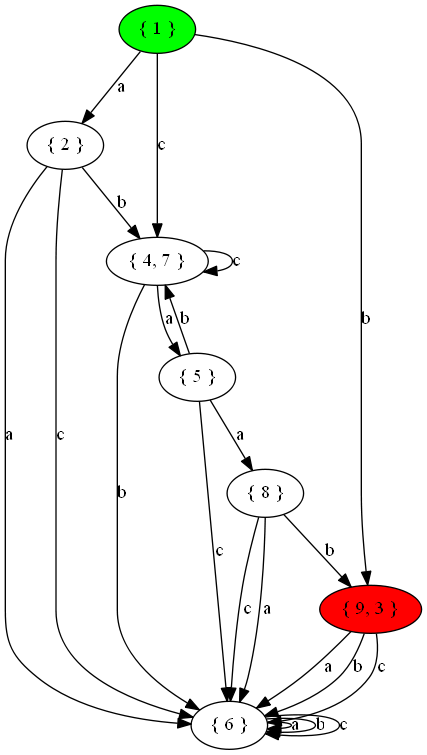
This is 00/Engine/gv/FST.gv.png from ored95/Compiler, a Graphviz export, as it was before one commit. Its source is kept beside it as 00/Engine/gv/FST.gv. Its diagram source:
```dot
digraph {
	7 [label="{ 2 }"]
	6 [label="{ 9, 3 }", style=filled, fillcolor=red]
	5 [label="{ 6 }"]
	4 [label="{ 4, 7 }"]
	3 [label="{ 8 }"]
	2 [label="{ 5 }"]
	1 [label="{ 1 }", style=filled, fillcolor=green]
	3 -> 5 [label="a"]
	5 -> 5 [label="a"]
	1 -> 7 [label="a"]
	4 -> 2 [label="a"]
	2 -> 3 [label="a"]
	6 -> 5 [label="a"]
	7 -> 5 [label="a"]
	3 -> 6 [label="b"]
	5 -> 5 [label="b"]
	1 -> 6 [label="b"]
	4 -> 5 [label="b"]
	2 -> 4 [label="b"]
	6 -> 5 [label="b"]
	7 -> 4 [label="b"]
	3 -> 5 [label="c"]
	5 -> 5 [label="c"]
	1 -> 4 [label="c"]
	4 -> 4 [label="c"]
	2 -> 5 [label="c"]
	6 -> 5 [label="c"]
	7 -> 5 [label="c"]
}
```
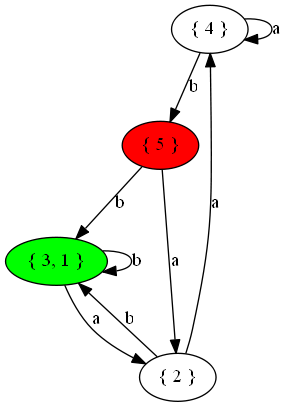
Above is the later version.

What changed in the source:
```diff
@@ -1,30 +1,14 @@
 digraph {
-	7 [label="{ 2 }"]
-	6 [label="{ 9, 3 }", style=filled, fillcolor=red]
-	5 [label="{ 6 }"]
-	4 [label="{ 4, 7 }"]
-	3 [label="{ 8 }"]
-	2 [label="{ 5 }"]
-	1 [label="{ 1 }", style=filled, fillcolor=green]
-	3 -> 5 [label="a"]
-	5 -> 5 [label="a"]
-	1 -> 7 [label="a"]
-	4 -> 2 [label="a"]
-	2 -> 3 [label="a"]
-	6 -> 5 [label="a"]
-	7 -> 5 [label="a"]
-	3 -> 6 [label="b"]
-	5 -> 5 [label="b"]
-	1 -> 6 [label="b"]
-	4 -> 5 [label="b"]
-	2 -> 4 [label="b"]
-	6 -> 5 [label="b"]
-	7 -> 4 [label="b"]
-	3 -> 5 [label="c"]
-	5 -> 5 [label="c"]
-	1 -> 4 [label="c"]
-	4 -> 4 [label="c"]
-	2 -> 5 [label="c"]
-	6 -> 5 [label="c"]
-	7 -> 5 [label="c"]
+	4 [label="{ 4 }"]
+	3 [label="{ 5 }", style=filled, fillcolor=red]
+	2 [label="{ 3, 1 }", style=filled, fillcolor=green]
+	1 [label="{ 2 }"]
+	2 -> 1 [label="a"]
+	4 -> 4 [label="a"]
+	3 -> 1 [label="a"]
+	1 -> 4 [label="a"]
+	2 -> 2 [label="b"]
+	4 -> 3 [label="b"]
+	3 -> 2 [label="b"]
+	1 -> 2 [label="b"]
 }
```
